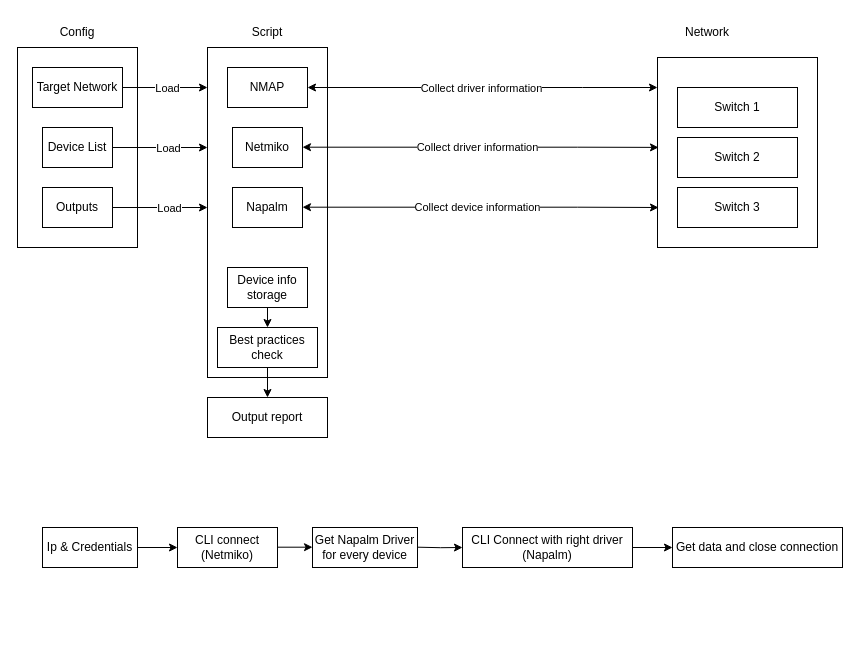
vojtulan/bachelor-thesis keeps this draw.io diagram as Prejmenovat.drawio. Above is the earlier version. Source tidied: cells renumbered, new cells numbered last; positions are measured from the earlier drawing's top-left corner, leaving out a move shared by most shapes. Both pictures are drawn from the tidied source at 100%, with x=0, y=0 at pixel (17, 17).
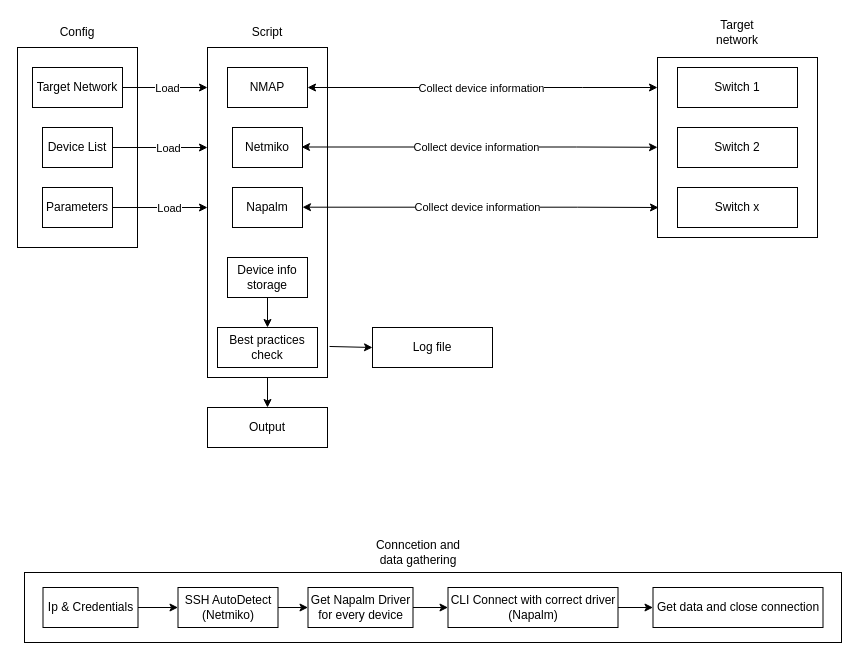
Above is the later version.

The change refers to these unchanged cells:
```xml
<mxCell id="3" style="rounded=0;whiteSpace=wrap;html=1;" parent="1" vertex="1">
  <mxGeometry x="190" y="30" width="120" height="330" as="geometry" />
</mxCell>
<mxCell id="23" value="Best practices check" style="rounded=0;whiteSpace=wrap;html=1;" parent="1" vertex="1">
  <mxGeometry x="200" y="310" width="100" height="40" as="geometry" />
</mxCell>
```

Diff of the diagram source:
```diff
@@
+    <mxCell id="44" style="rounded=0;whiteSpace=wrap;html=1;" parent="1" vertex="1">
+      <mxGeometry x="7" y="555" width="817" height="70" as="geometry" />
+    </mxCell>
     <mxCell id="2" style="rounded=0;whiteSpace=wrap;html=1;" parent="1" vertex="1">
-      <mxGeometry x="640" y="40" width="160" height="190" as="geometry" />
+      <mxGeometry x="640" y="40" width="160" height="180" as="geometry" />
     </mxCell>
@@
-    <mxCell id="4" value="Switch 1" style="rounded=0;whiteSpace=wrap;html=1;" parent="1" vertex="1">
-      <mxGeometry x="660" y="70" width="120" height="40" as="geometry" />
-    </mxCell>
@@
-    <mxCell id="6" value="Switch 3" style="rounded=0;whiteSpace=wrap;html=1;" parent="1" vertex="1">
-      <mxGeometry x="660" y="170" width="120" height="40" as="geometry" />
-    </mxCell>
-    <mxCell id="7" value="Switch 2" style="rounded=0;whiteSpace=wrap;html=1;" parent="1" vertex="1">
-      <mxGeometry x="660" y="120" width="120" height="40" as="geometry" />
-    </mxCell>
-    <mxCell id="8" value="Network" style="text;html=1;strokeColor=none;fillColor=none;align=center;verticalAlign=middle;whiteSpace=wrap;rounded=0;" parent="1" vertex="1">
-      <mxGeometry x="660" width="60" height="30" as="geometry" />
-    </mxCell>
@@
     <mxCell id="19" value="Device info storage" style="rounded=0;whiteSpace=wrap;html=1;" parent="1" vertex="1">
-      <mxGeometry x="210" y="250" width="80" height="40" as="geometry" />
+      <mxGeometry x="210" y="240" width="80" height="40" as="geometry" />
     </mxCell>
@@
-    <mxCell id="21" value="Output report" style="rounded=0;whiteSpace=wrap;html=1;" parent="1" vertex="1">
-      <mxGeometry x="190" y="380" width="120" height="40" as="geometry" />
+    <mxCell id="21" value="Output" style="rounded=0;whiteSpace=wrap;html=1;" parent="1" vertex="1">
+      <mxGeometry x="190" y="390" width="120" height="40" as="geometry" />
     </mxCell>
-    <mxCell id="22" style="edgeStyle=orthogonalEdgeStyle;rounded=0;jettySize=auto;html=1;exitX=0.5;exitY=1;exitDx=0;exitDy=0;entryX=0.5;entryY=0;entryDx=0;entryDy=0;" parent="1" edge="1" source="23" target="21">
-      <mxGeometry relative="1" as="geometry" />
+    <mxCell id="22" style="edgeStyle=orthogonalEdgeStyle;rounded=0;jettySize=auto;html=1;entryX=0.5;entryY=0;entryDx=0;entryDy=0;" parent="1" edge="1" target="21">
+      <mxGeometry relative="1" as="geometry">
+        <mxPoint x="250" y="360" as="sourcePoint" />
+      </mxGeometry>
     </mxCell>
@@
     <mxCell id="25" value="Ip &amp;amp; Credentials" style="rounded=0;whiteSpace=wrap;html=1;" parent="1" vertex="1">
-      <mxGeometry x="25" y="510" width="95" height="40" as="geometry" />
+      <mxGeometry x="25.5" y="570" width="95" height="40" as="geometry" />
     </mxCell>
-    <mxCell id="26" value="CLI connect&lt;br&gt;(Netmiko)" style="rounded=0;whiteSpace=wrap;html=1;" parent="1" vertex="1">
-      <mxGeometry x="160" y="510" width="100" height="40" as="geometry" />
+    <mxCell id="26" value="SSH AutoDetect&lt;br&gt;(Netmiko)" style="rounded=0;whiteSpace=wrap;html=1;" parent="1" vertex="1">
+      <mxGeometry x="160.5" y="570" width="100" height="40" as="geometry" />
     </mxCell>
     <mxCell id="27" value="Get Napalm Driver for every device" style="rounded=0;whiteSpace=wrap;html=1;" parent="1" vertex="1">
-      <mxGeometry x="295" y="510" width="105" height="40" as="geometry" />
+      <mxGeometry x="290.5" y="570" width="105" height="40" as="geometry" />
     </mxCell>
-    <mxCell id="28" value="Outputs" style="rounded=0;whiteSpace=wrap;html=1;" parent="1" vertex="1">
+    <mxCell id="28" value="Parameters" style="rounded=0;whiteSpace=wrap;html=1;" parent="1" vertex="1">
       <mxGeometry x="25" y="170" width="70" height="40" as="geometry" />
     </mxCell>
@@
-    <mxCell id="32" style="edgeStyle=orthogonalEdgeStyle;rounded=0;jettySize=auto;html=1;exitX=1;exitY=0.5;exitDx=0;exitDy=0;entryX=0;entryY=0.5;entryDx=0;entryDy=0;" parent="1" edge="1" target="27">
-      <mxGeometry relative="1" as="geometry">
-        <mxPoint x="260" y="529.7" as="sourcePoint" />
-      </mxGeometry>
+    <mxCell id="32" style="edgeStyle=orthogonalEdgeStyle;rounded=0;jettySize=auto;html=1;exitX=1;exitY=0.5;exitDx=0;exitDy=0;entryX=0;entryY=0.5;entryDx=0;entryDy=0;" parent="1" edge="1" source="26" target="27">
+      <mxGeometry relative="1" as="geometry" />
     </mxCell>
@@
-    <mxCell id="34" value="CLI Connect with right driver&lt;br&gt;(Napalm)" style="rounded=0;whiteSpace=wrap;html=1;" parent="1" vertex="1">
-      <mxGeometry x="445" y="510" width="170" height="40" as="geometry" />
+    <mxCell id="34" value="CLI Connect with correct driver&lt;br&gt;(Napalm)" style="rounded=0;whiteSpace=wrap;html=1;" parent="1" vertex="1">
+      <mxGeometry x="430.5" y="570" width="170" height="40" as="geometry" />
     </mxCell>
-    <mxCell id="35" style="edgeStyle=orthogonalEdgeStyle;rounded=0;jettySize=auto;html=1;exitX=1;exitY=0.5;exitDx=0;exitDy=0;entryX=0;entryY=0.5;entryDx=0;entryDy=0;" parent="1" edge="1" target="34">
-      <mxGeometry relative="1" as="geometry">
-        <mxPoint x="400" y="529.7" as="sourcePoint" />
-      </mxGeometry>
+    <mxCell id="35" style="edgeStyle=orthogonalEdgeStyle;rounded=0;jettySize=auto;html=1;exitX=1;exitY=0.5;exitDx=0;exitDy=0;entryX=0;entryY=0.5;entryDx=0;entryDy=0;" parent="1" edge="1" source="27" target="34">
+      <mxGeometry relative="1" as="geometry" />
     </mxCell>
     <mxCell id="36" value="Get data and close connection" style="rounded=0;whiteSpace=wrap;html=1;" parent="1" vertex="1">
-      <mxGeometry x="655" y="510" width="170" height="40" as="geometry" />
+      <mxGeometry x="635.5" y="570" width="170" height="40" as="geometry" />
     </mxCell>
@@
-    <mxCell id="40" style="edgeStyle=orthogonalEdgeStyle;rounded=0;orthogonalLoop=1;jettySize=auto;html=1;exitX=1;exitY=0.5;exitDx=0;exitDy=0;entryX=0.006;entryY=0.382;entryDx=0;entryDy=0;startArrow=classic;startFill=1;entryPerimeter=0;" parent="1" edge="1">
-      <mxGeometry relative="1" as="geometry">
-        <mxPoint x="285" y="129.7" as="sourcePoint" />
-        <mxPoint x="641" y="129.9" as="targetPoint" />
-        <Array as="points">
-          <mxPoint x="560" y="130" />
-          <mxPoint x="560" y="130" />
-        </Array>
-      </mxGeometry>
-    </mxCell>
-    <mxCell id="41" value="Collect driver information" style="edgeLabel;html=1;align=center;verticalAlign=middle;" parent="40" vertex="1">
-      <mxGeometry x="-0.61" relative="1" as="geometry">
-        <mxPoint x="105" as="offset" />
-      </mxGeometry>
-    </mxCell>
-    <mxCell id="42" style="edgeStyle=orthogonalEdgeStyle;rounded=0;orthogonalLoop=1;jettySize=auto;html=1;exitX=1;exitY=0.5;exitDx=0;exitDy=0;startArrow=classic;startFill=1;" parent="1" edge="1">
-      <mxGeometry relative="1" as="geometry">
-        <mxPoint x="290" y="70" as="sourcePoint" />
-        <mxPoint x="640" y="70" as="targetPoint" />
-        <Array as="points">
-          <mxPoint x="565" y="70.3" />
-          <mxPoint x="565" y="70.3" />
-        </Array>
-      </mxGeometry>
-    </mxCell>
-    <mxCell id="43" value="Collect driver information" style="edgeLabel;html=1;align=center;verticalAlign=middle;" parent="42" vertex="1">
-      <mxGeometry x="-0.61" relative="1" as="geometry">
-        <mxPoint x="105" as="offset" />
-      </mxGeometry>
-    </mxCell>
+    <mxCell id="45" style="edgeStyle=orthogonalEdgeStyle;rounded=0;orthogonalLoop=1;jettySize=auto;html=1;exitX=1;exitY=0.5;exitDx=0;exitDy=0;entryX=0.006;entryY=0.382;entryDx=0;entryDy=0;startArrow=classic;startFill=1;entryPerimeter=0;" parent="1" edge="1">
+      <mxGeometry relative="1" as="geometry">
+        <mxPoint x="284" y="129.5" as="sourcePoint" />
+        <mxPoint x="640" y="129.8" as="targetPoint" />
+        <Array as="points">
+          <mxPoint x="559" y="129.8" />
+          <mxPoint x="559" y="129.8" />
+        </Array>
+      </mxGeometry>
+    </mxCell>
+    <mxCell id="46" value="Collect device information" style="edgeLabel;html=1;align=center;verticalAlign=middle;" parent="45" vertex="1">
+      <mxGeometry x="-0.61" relative="1" as="geometry">
+        <mxPoint x="105" as="offset" />
+      </mxGeometry>
+    </mxCell>
+    <mxCell id="47" style="edgeStyle=orthogonalEdgeStyle;rounded=0;orthogonalLoop=1;jettySize=auto;html=1;startArrow=classic;startFill=1;" parent="1" edge="1">
+      <mxGeometry relative="1" as="geometry">
+        <mxPoint x="290" y="70" as="sourcePoint" />
+        <mxPoint x="640" y="70" as="targetPoint" />
+        <Array as="points">
+          <mxPoint x="565" y="69.8" />
+          <mxPoint x="565" y="69.8" />
+        </Array>
+      </mxGeometry>
+    </mxCell>
+    <mxCell id="48" value="Collect device information" style="edgeLabel;html=1;align=center;verticalAlign=middle;" parent="47" vertex="1">
+      <mxGeometry x="-0.61" relative="1" as="geometry">
+        <mxPoint x="105" as="offset" />
+      </mxGeometry>
+    </mxCell>
+    <mxCell id="49" style="endArrow=classic;html=1;rounded=0;exitX=1.017;exitY=0.906;exitDx=0;exitDy=0;exitPerimeter=0;entryX=0;entryY=0.5;entryDx=0;entryDy=0;" parent="1" edge="1" source="3" target="50">
+      <mxGeometry relative="1" as="geometry" />
+    </mxCell>
+    <mxCell id="50" value="Log file" style="rounded=0;whiteSpace=wrap;html=1;" parent="1" vertex="1">
+      <mxGeometry x="355" y="310" width="120" height="40" as="geometry" />
+    </mxCell>
+    <mxCell id="51" style="group;" parent="1" vertex="1">
+      <mxGeometry x="660" width="120" height="210" as="geometry" />
+    </mxCell>
+    <mxCell id="4" value="Switch 1" style="rounded=0;whiteSpace=wrap;html=1;" parent="51" vertex="1">
+      <mxGeometry y="50" width="120" height="40" as="geometry" />
+    </mxCell>
+    <mxCell id="6" value="Switch x" style="rounded=0;whiteSpace=wrap;html=1;" parent="51" vertex="1">
+      <mxGeometry y="170" width="120" height="40" as="geometry" />
+    </mxCell>
+    <mxCell id="7" value="Switch 2" style="rounded=0;whiteSpace=wrap;html=1;" parent="51" vertex="1">
+      <mxGeometry y="110" width="120" height="40" as="geometry" />
+    </mxCell>
+    <mxCell id="8" value="Target network" style="text;html=1;strokeColor=none;fillColor=none;align=center;verticalAlign=middle;whiteSpace=wrap;rounded=0;" parent="51" vertex="1">
+      <mxGeometry x="30" width="60" height="30" as="geometry" />
+    </mxCell>
+    <mxCell id="52" value="Conncetion and data gathering" style="text;html=1;strokeColor=none;fillColor=none;align=center;verticalAlign=middle;whiteSpace=wrap;rounded=0;" parent="1" vertex="1">
+      <mxGeometry x="350.5" y="520" width="100" height="30" as="geometry" />
+    </mxCell>
```
